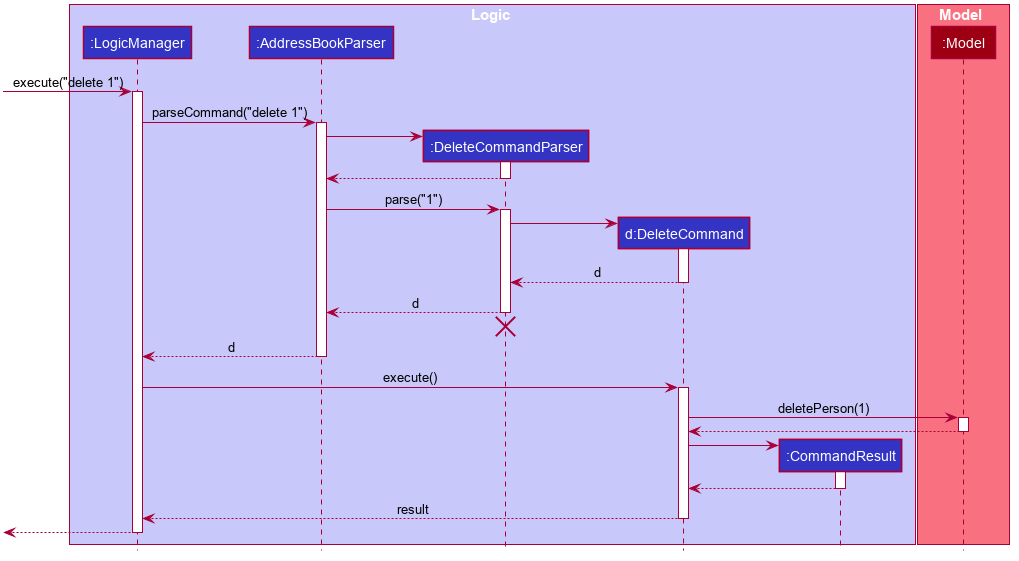
This is docs/images/DeleteSequenceDiagram.png from nus-cs2103-AY1920S1/addressbook-level3, a PlantUML export, as it was before one commit.
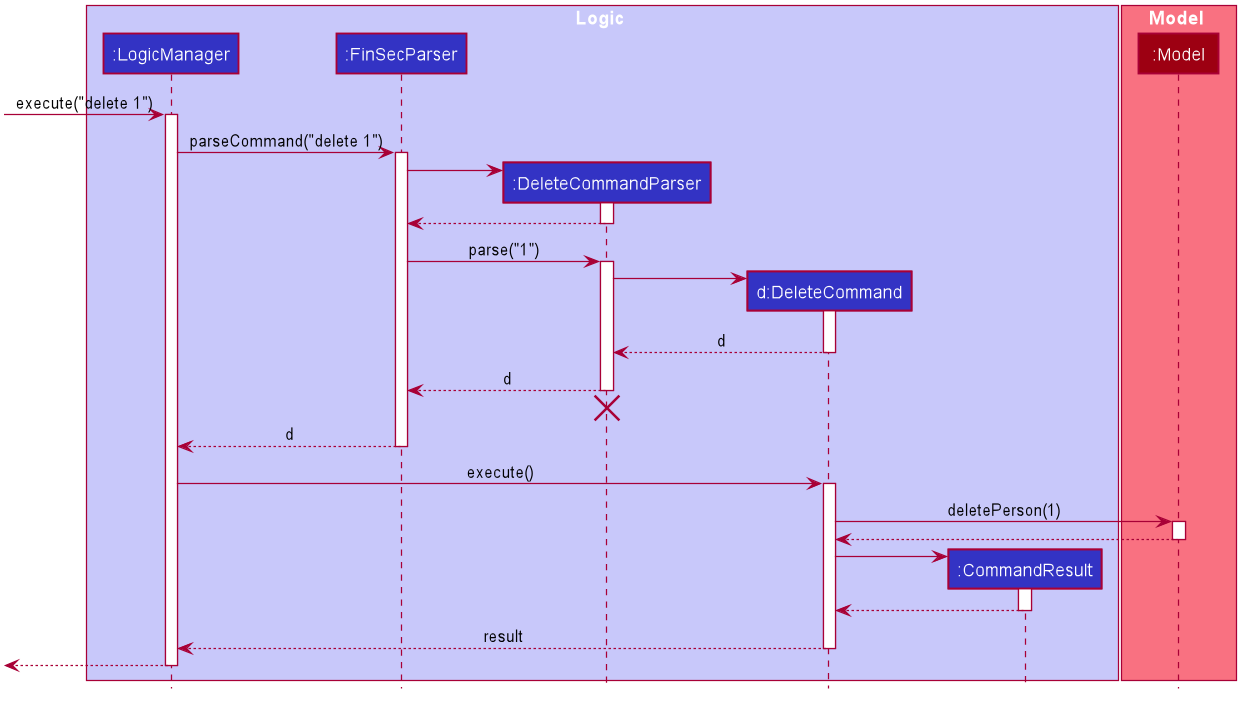
Later version of the same file.

The edit, as a diff of the source:
```diff
@@ -17,6 +17,7 @@
     BorderColor #FFFFFF
     StereotypeFontColor #FFFFFF
     FontName Arial
+    MemberColor #FFFFFF
 }
 
 skinparam Actor {
@@ -50,7 +51,7 @@
 
 box Logic #C8C8FA
 participant ":LogicManager" as LogicManager #3333C4
-participant ":AddressBookParser" as AddressBookParser #3333C4
+participant ":FinSecParser" as AddressBookParser #3333C4
 participant ":DeleteCommandParser" as DeleteCommandParser #3333C4
 participant "d:DeleteCommand" as DeleteCommand #3333C4
 participant ":CommandResult" as CommandResult #3333C4
```
